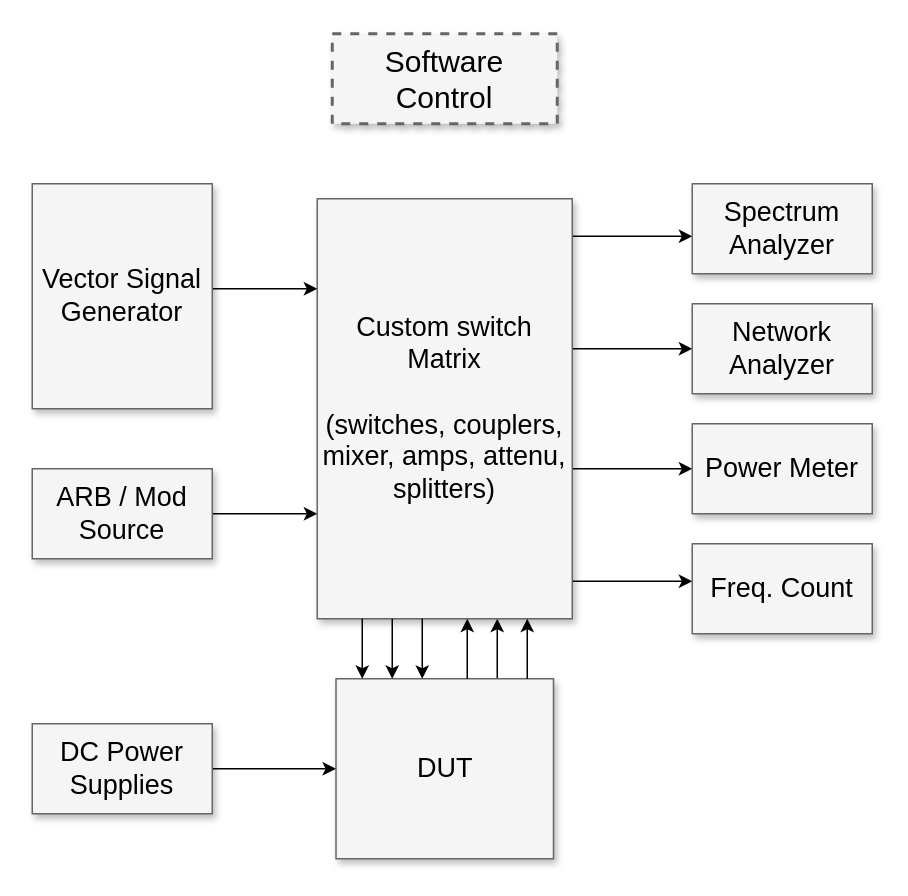
Earlier version of the draw.io diagram electroic_meter.drawio (kupier/12306-electron). Source tidied: cells renumbered, new cells numbered last; positions are measured from the earlier drawing's top-left corner, leaving out a move shared by most shapes. Both pictures are drawn from the tidied source at 150%, with x=0, y=0 at pixel (32, 33).
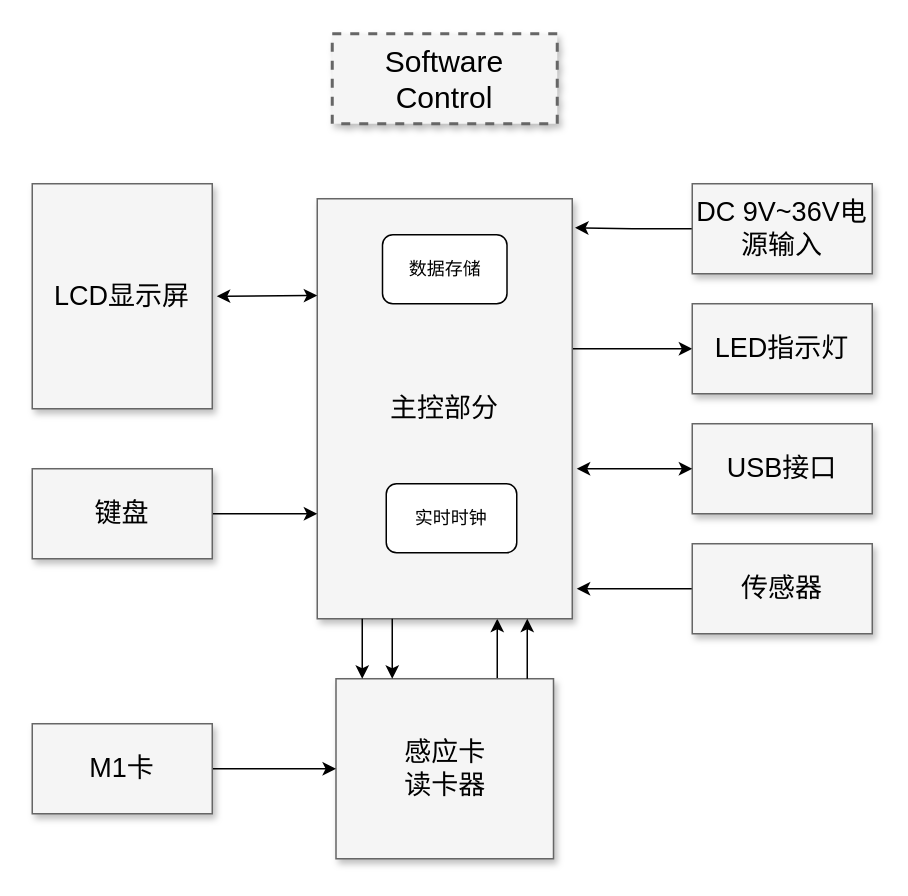
The same diagram, later.

The edit, as a diff of the source:
```diff
@@
-    <mxCell id="3" style="edgeStyle=elbowEdgeStyle;rounded=0;html=1;startArrow=none;startFill=0;jettySize=auto;fontSize=18;elbow=vertical;" parent="1" edge="1" source="8" target="9">
-      <mxGeometry relative="1" as="geometry" />
-    </mxCell>
@@
-    <mxCell id="5" style="edgeStyle=elbowEdgeStyle;rounded=0;html=1;startArrow=none;startFill=0;jettySize=auto;fontSize=18;elbow=vertical;" parent="1" edge="1" source="8" target="11">
-      <mxGeometry relative="1" as="geometry" />
-    </mxCell>
-    <mxCell id="6" style="edgeStyle=elbowEdgeStyle;rounded=0;html=1;startArrow=none;startFill=0;jettySize=auto;fontSize=18;elbow=vertical;" parent="1" edge="1" source="8" target="12">
-      <mxGeometry relative="1" as="geometry" />
-    </mxCell>
@@
-    <mxCell id="8" value="Custom switch Matrix&lt;div&gt;&lt;br&gt;&lt;/div&gt;&lt;div&gt;(switches, couplers, mixer, amps, attenu, splitters)&lt;/div&gt;" style="whiteSpace=wrap;html=1;shadow=1;fontSize=18;fillColor=#f5f5f5;strokeColor=#666666;" parent="1" vertex="1">
+    <mxCell id="8" value="主控部分" style="whiteSpace=wrap;html=1;shadow=1;fontSize=18;fillColor=#f5f5f5;strokeColor=#666666;" parent="1" vertex="1">
       <mxGeometry x="190" y="110" width="170" height="280" as="geometry" />
     </mxCell>
+    <mxCell id="25" style="edgeStyle=orthogonalEdgeStyle;rounded=0;jettySize=auto;html=1;exitX=0;exitY=0.5;exitDx=0;exitDy=0;entryX=1.011;entryY=0.069;entryDx=0;entryDy=0;entryPerimeter=0;" parent="1" edge="1" source="9" target="8">
+      <mxGeometry relative="1" as="geometry" />
+    </mxCell>
-    <mxCell id="9" value="Spectrum Analyzer" style="whiteSpace=wrap;html=1;shadow=1;fontSize=18;fillColor=#f5f5f5;strokeColor=#666666;" parent="1" vertex="1">
+    <mxCell id="9" value="DC 9V~36V电源输入" style="whiteSpace=wrap;html=1;shadow=1;fontSize=18;fillColor=#f5f5f5;strokeColor=#666666;" parent="1" vertex="1">
       <mxGeometry x="440" y="100" width="120" height="60" as="geometry" />
     </mxCell>
-    <mxCell id="10" value="Network Analyzer" style="whiteSpace=wrap;html=1;shadow=1;fontSize=18;fillColor=#f5f5f5;strokeColor=#666666;" parent="1" vertex="1">
+    <mxCell id="10" value="LED指示灯" style="whiteSpace=wrap;html=1;shadow=1;fontSize=18;fillColor=#f5f5f5;strokeColor=#666666;" parent="1" vertex="1">
       <mxGeometry x="440" y="180" width="120" height="60" as="geometry" />
     </mxCell>
-    <mxCell id="11" value="Power Meter" style="whiteSpace=wrap;html=1;shadow=1;fontSize=18;fillColor=#f5f5f5;strokeColor=#666666;" parent="1" vertex="1">
+    <mxCell id="11" value="USB接口" style="whiteSpace=wrap;html=1;shadow=1;fontSize=18;fillColor=#f5f5f5;strokeColor=#666666;" parent="1" vertex="1">
       <mxGeometry x="440" y="260" width="120" height="60" as="geometry" />
     </mxCell>
+    <mxCell id="26" style="edgeStyle=orthogonalEdgeStyle;rounded=0;jettySize=auto;html=1;exitX=0;exitY=0.5;exitDx=0;exitDy=0;" parent="1" edge="1" source="12">
+      <mxGeometry relative="1" as="geometry">
+        <mxPoint x="363" y="370" as="targetPoint" />
+      </mxGeometry>
+    </mxCell>
-    <mxCell id="12" value="Freq. Count" style="whiteSpace=wrap;html=1;shadow=1;fontSize=18;fillColor=#f5f5f5;strokeColor=#666666;" parent="1" vertex="1">
+    <mxCell id="12" value="传感器" style="whiteSpace=wrap;html=1;shadow=1;fontSize=18;fillColor=#f5f5f5;strokeColor=#666666;" parent="1" vertex="1">
       <mxGeometry x="440" y="340" width="120" height="60" as="geometry" />
     </mxCell>
-    <mxCell id="13" style="edgeStyle=elbowEdgeStyle;rounded=0;html=1;startArrow=none;startFill=0;jettySize=auto;fontSize=18;elbow=vertical;" parent="1" edge="1" source="14" target="8">
-      <mxGeometry relative="1" as="geometry">
-        <Array as="points">
-          <mxPoint x="160" y="170" />
-        </Array>
-      </mxGeometry>
-    </mxCell>
-    <mxCell id="14" value="Vector Signal Generator" style="whiteSpace=wrap;html=1;shadow=1;fontSize=18;fillColor=#f5f5f5;strokeColor=#666666;" parent="1" vertex="1">
+    <mxCell id="14" value="LCD显示屏" style="whiteSpace=wrap;html=1;shadow=1;fontSize=18;fillColor=#f5f5f5;strokeColor=#666666;" parent="1" vertex="1">
       <mxGeometry y="100" width="120" height="150" as="geometry" />
     </mxCell>
@@
-    <mxCell id="16" value="ARB / Mod Source" style="whiteSpace=wrap;html=1;shadow=1;fontSize=18;fillColor=#f5f5f5;strokeColor=#666666;" parent="1" vertex="1">
+    <mxCell id="16" value="键盘" style="whiteSpace=wrap;html=1;shadow=1;fontSize=18;fillColor=#f5f5f5;strokeColor=#666666;" parent="1" vertex="1">
       <mxGeometry y="290" width="120" height="60" as="geometry" />
     </mxCell>
-    <mxCell id="17" value="DUT" style="whiteSpace=wrap;html=1;shadow=1;fontSize=18;fillColor=#f5f5f5;strokeColor=#666666;" parent="1" vertex="1">
+    <mxCell id="17" value="感应卡&lt;br&gt;读卡器" style="whiteSpace=wrap;html=1;shadow=1;fontSize=18;fillColor=#f5f5f5;strokeColor=#666666;" parent="1" vertex="1">
       <mxGeometry x="202.5" y="430" width="145" height="120" as="geometry" />
     </mxCell>
@@
-    <mxCell id="19" value="DC Power Supplies" style="whiteSpace=wrap;html=1;shadow=1;fontSize=18;fillColor=#f5f5f5;strokeColor=#666666;" parent="1" vertex="1">
+    <mxCell id="19" value="M1卡" style="whiteSpace=wrap;html=1;shadow=1;fontSize=18;fillColor=#f5f5f5;strokeColor=#666666;" parent="1" vertex="1">
       <mxGeometry y="460" width="120" height="60" as="geometry" />
     </mxCell>
@@
-    <mxCell id="21" style="edgeStyle=elbowEdgeStyle;rounded=0;html=1;startArrow=none;startFill=0;jettySize=auto;orthogonalLoop=1;fontSize=18;" parent="1" edge="1">
-      <mxGeometry relative="1" as="geometry">
-        <mxPoint x="290" y="430" as="sourcePoint" />
-        <mxPoint x="290" y="390" as="targetPoint" />
-        <Array as="points">
-          <mxPoint x="290" y="410" />
-          <mxPoint x="290" y="410" />
-        </Array>
-      </mxGeometry>
-    </mxCell>
-    <mxCell id="22" style="edgeStyle=elbowEdgeStyle;rounded=0;html=1;startArrow=none;startFill=0;jettySize=auto;orthogonalLoop=1;fontSize=18;" parent="1" edge="1">
-      <mxGeometry relative="1" as="geometry">
-        <mxPoint x="260" y="390" as="sourcePoint" />
-        <mxPoint x="260" y="430" as="targetPoint" />
-        <Array as="points">
-          <mxPoint x="260" y="410" />
-          <mxPoint x="290" y="420" />
-        </Array>
-      </mxGeometry>
-    </mxCell>
@@
+    <mxCell id="27" value="数据存储" style="rounded=1;whiteSpace=wrap;html=1;" parent="1" vertex="1">
+      <mxGeometry x="233.5" y="134" width="83" height="46" as="geometry" />
+    </mxCell>
+    <mxCell id="28" value="实时时钟" style="rounded=1;whiteSpace=wrap;html=1;" parent="1" vertex="1">
+      <mxGeometry x="236" y="300" width="87" height="46" as="geometry" />
+    </mxCell>
+    <mxCell id="29" style="endArrow=classic;startArrow=classic;html=1;rounded=0;entryX=0;entryY=0.5;entryDx=0;entryDy=0;" parent="1" edge="1" target="11">
+      <mxGeometry relative="1" as="geometry">
+        <mxPoint x="363" y="290" as="sourcePoint" />
+      </mxGeometry>
+    </mxCell>
+    <mxCell id="30" style="endArrow=classic;startArrow=classic;html=1;rounded=0;entryX=0;entryY=0.5;entryDx=0;entryDy=0;" parent="1" edge="1">
+      <mxGeometry relative="1" as="geometry">
+        <mxPoint x="123" y="175" as="sourcePoint" />
+        <mxPoint x="190" y="174.5" as="targetPoint" />
+      </mxGeometry>
+    </mxCell>
```
